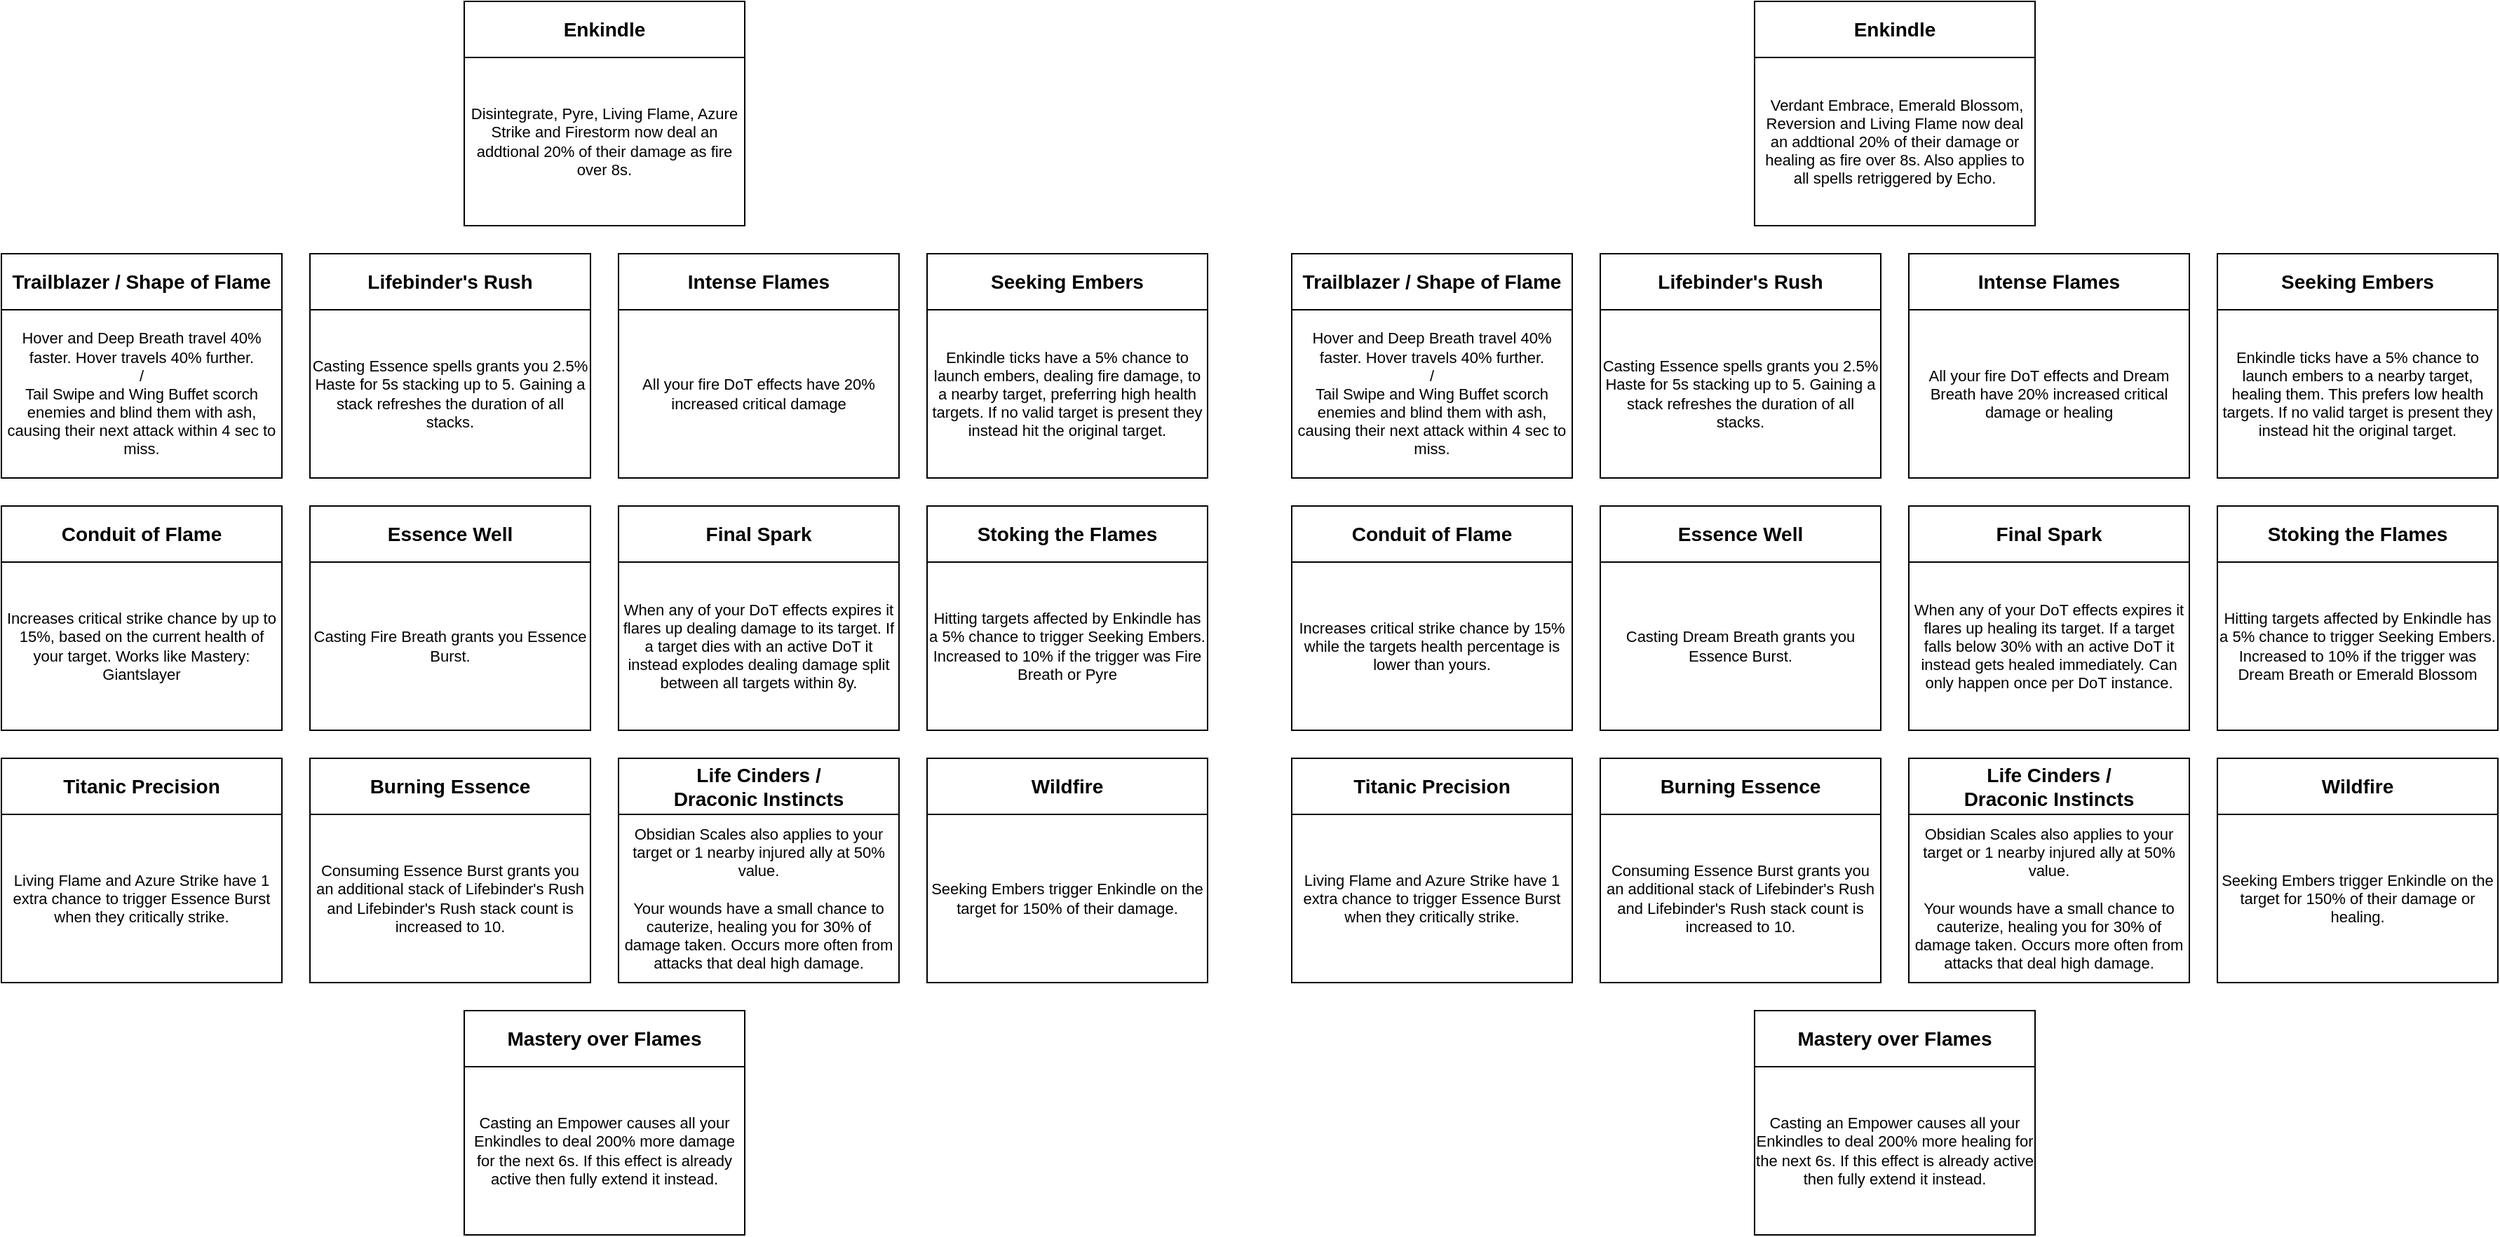
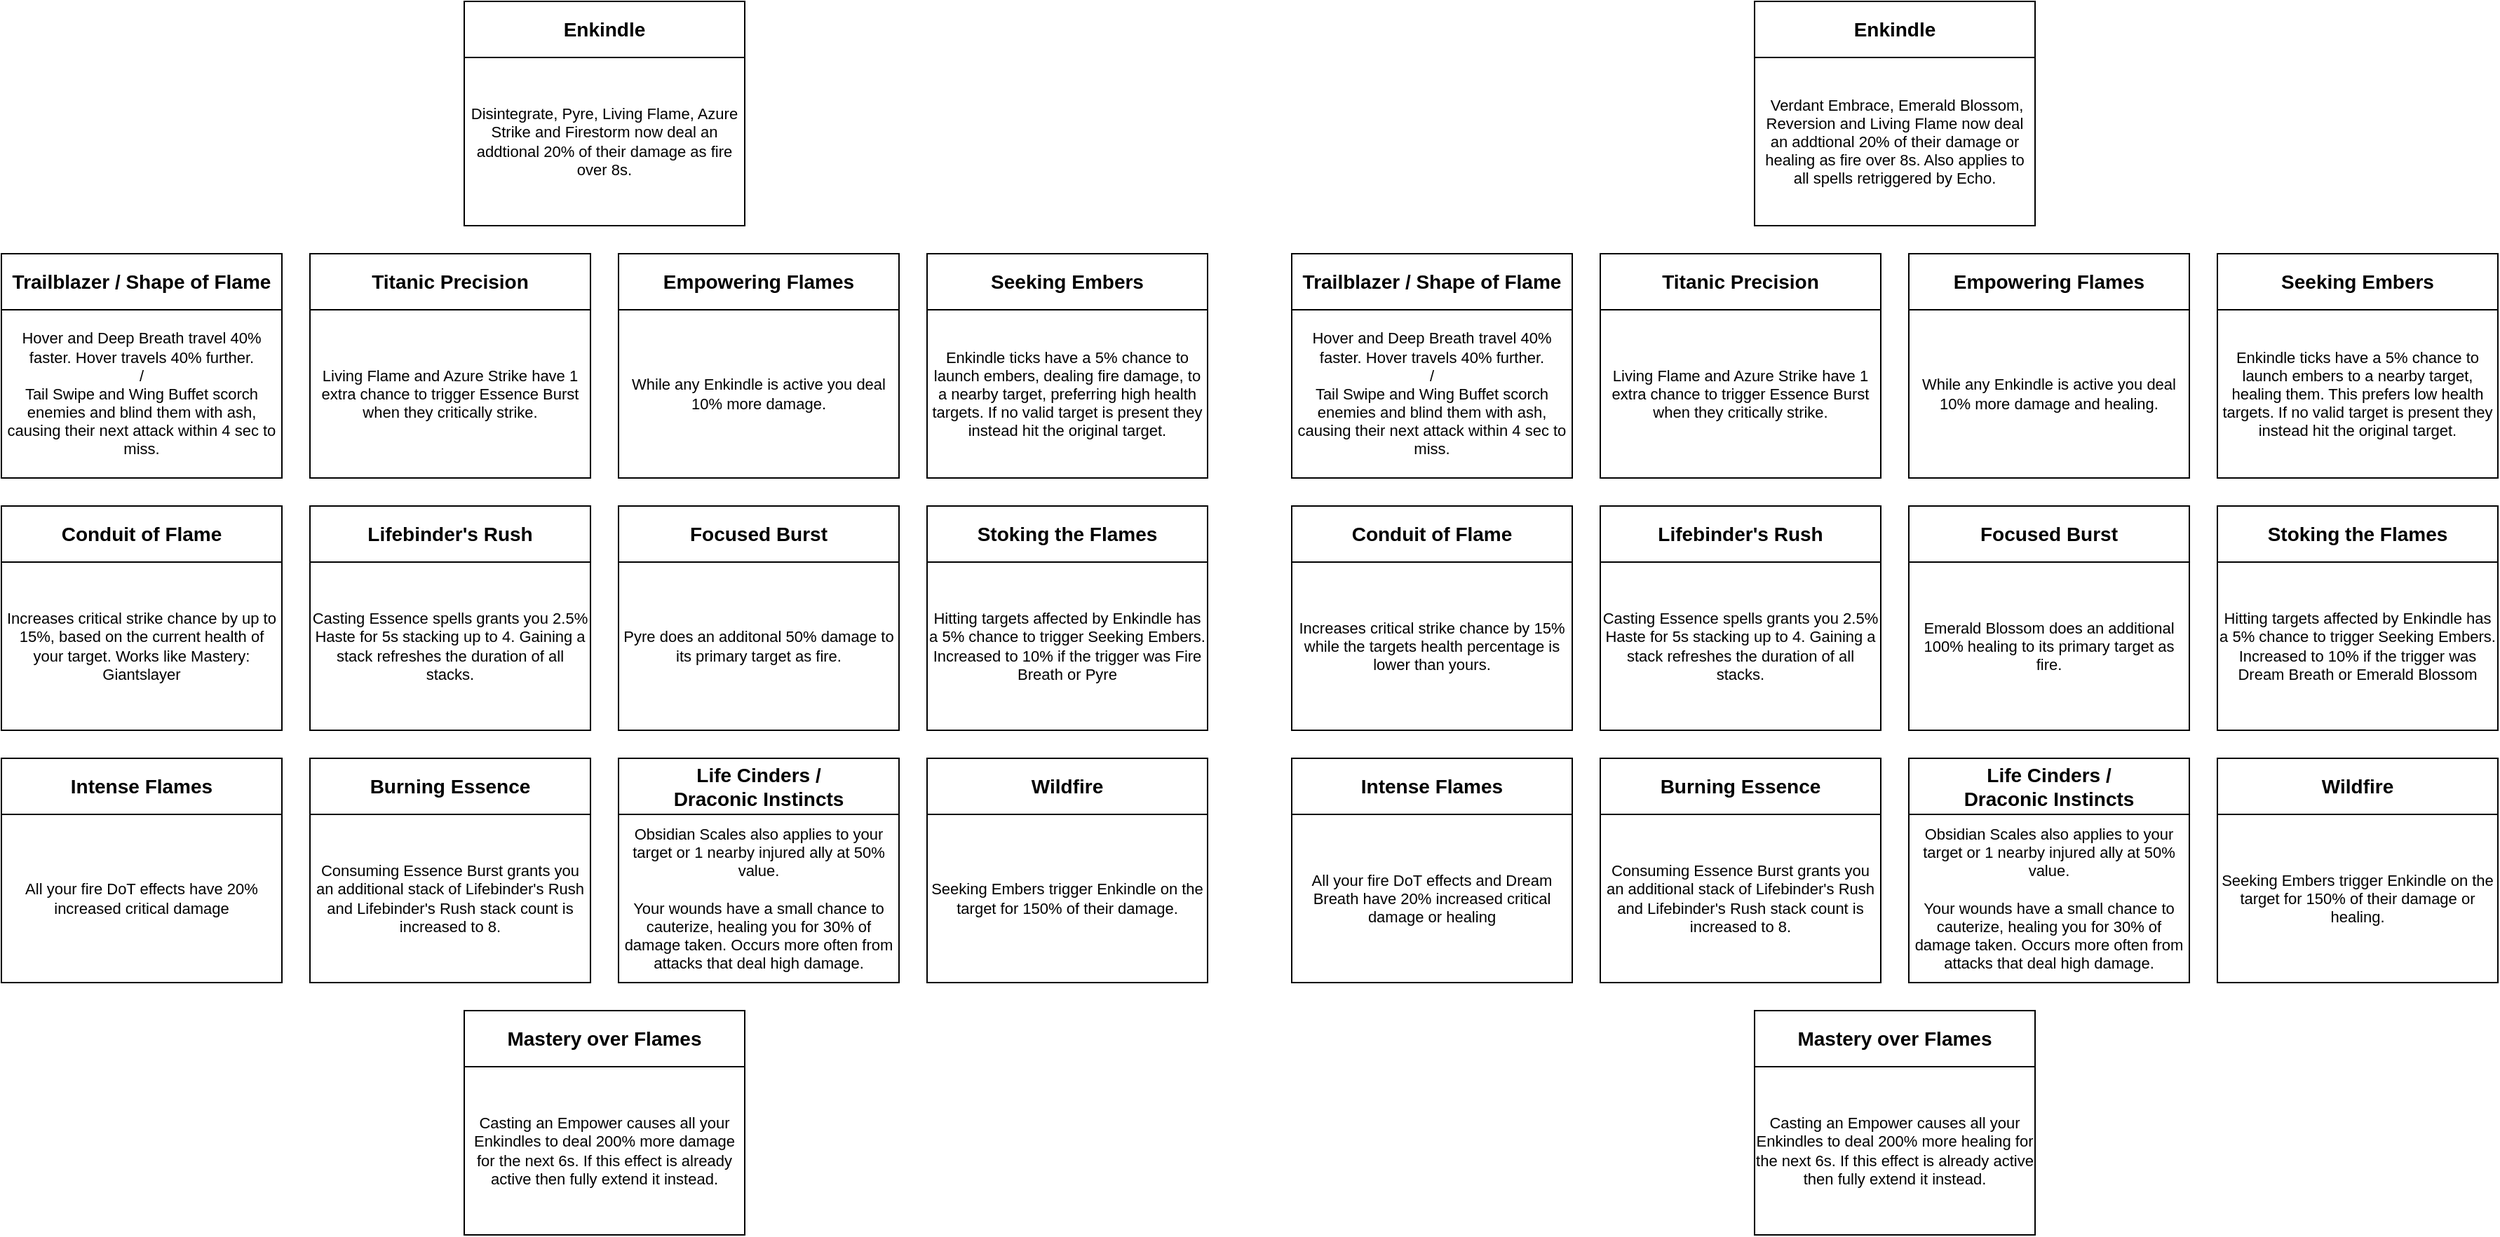
<mxfile host="app.diagrams.net" agent="Mozilla/5.0 (Windows NT 10.0; Win64; x64) AppleWebKit/537.36 (KHTML, like Gecko) Chrome/147.0.0.0 Safari/537.36 OPR/131.0.0.0" version="29.6.3">
  <diagram name="Page-1" id="7-C3C0MTsYJN3mklHAE3">
-     <mxGraphModel dx="1153" dy="636" grid="1" gridSize="10" guides="1" tooltips="1" connect="1" arrows="1" fold="1" page="1" pageScale="1" pageWidth="850" pageHeight="1100" math="0" shadow="0">
+     <mxGraphModel dx="1628" dy="898" grid="1" gridSize="10" guides="1" tooltips="1" connect="1" arrows="1" fold="1" page="1" pageScale="1" pageWidth="850" pageHeight="1100" math="0" shadow="0">
      <root>
        <mxCell id="0" />
        <mxCell id="1" parent="0" />
        <mxCell id="CbpXHZAzieputpjHQbmu-1" parent="1" style="rounded=0;whiteSpace=wrap;html=1;fontColor=default;fontStyle=1;fontSize=14;" value="&lt;span&gt;Enkindle&lt;/span&gt;" vertex="1">
          <mxGeometry height="40" width="200" x="330" y="80" as="geometry" />
        </mxCell>
        <mxCell id="CbpXHZAzieputpjHQbmu-6" parent="1" style="rounded=0;whiteSpace=wrap;html=1;verticalAlign=middle;fontSize=11;fontStyle=0" value="Disintegrate, Pyre, Living Flame, Azure Strike and Firestorm now deal an addtional 20% of their damage as fire over 8s." vertex="1">
          <mxGeometry height="120" width="200" x="330" y="120" as="geometry" />
        </mxCell>
-         <mxCell id="CbpXHZAzieputpjHQbmu-7" parent="1" style="rounded=0;whiteSpace=wrap;html=1;fontColor=default;fontStyle=1;fontSize=14;" value="Essence Well" vertex="1">
+         <mxCell id="CbpXHZAzieputpjHQbmu-7" parent="1" style="rounded=0;whiteSpace=wrap;html=1;fontColor=default;fontStyle=1;fontSize=14;" value="Lifebinder&#39;s Rush" vertex="1">
          <mxGeometry height="40" width="200" x="220" y="440" as="geometry" />
        </mxCell>
-         <mxCell id="CbpXHZAzieputpjHQbmu-8" parent="1" style="rounded=0;whiteSpace=wrap;html=1;fontSize=11;" value="Casting Fire Breath grants you Essence Burst." vertex="1">
+         <mxCell id="CbpXHZAzieputpjHQbmu-8" parent="1" style="rounded=0;whiteSpace=wrap;html=1;fontSize=11;" value="Casting Essence spells grants you 2.5% Haste for 5s stacking up to 4. Gaining a stack refreshes the duration of all stacks." vertex="1">
          <mxGeometry height="120" width="200" x="220" y="480" as="geometry" />
        </mxCell>
        <mxCell id="CbpXHZAzieputpjHQbmu-9" parent="1" style="rounded=0;whiteSpace=wrap;html=1;fontColor=default;fontStyle=1;fontSize=14;" value="&lt;span&gt;&lt;font&gt;Trailblazer / Shape of Flame&lt;/font&gt;&lt;/span&gt;" vertex="1">
          <mxGeometry height="40" width="200" y="260" as="geometry" />
        </mxCell>
        <mxCell id="CbpXHZAzieputpjHQbmu-10" parent="1" style="rounded=0;whiteSpace=wrap;html=1;fontSize=11;" value="Hover and Deep Breath travel 40% faster. Hover travels 40% further.&lt;div&gt;/&lt;/div&gt;&lt;div&gt;Tail Swipe and Wing Buffet scorch enemies and blind them with ash, causing their next attack within 4 sec to miss.&lt;/div&gt;" vertex="1">
          <mxGeometry height="120" width="200" y="300" as="geometry" />
        </mxCell>
        <mxCell id="CbpXHZAzieputpjHQbmu-11" parent="1" style="rounded=0;whiteSpace=wrap;html=1;fontColor=default;fontStyle=1;fontSize=14;" value="&lt;span&gt;&lt;span&gt;Conduit of Flame&lt;/span&gt;&lt;/span&gt;" vertex="1">
          <mxGeometry height="40" width="200" y="440" as="geometry" />
        </mxCell>
        <mxCell id="CbpXHZAzieputpjHQbmu-12" parent="1" style="rounded=0;whiteSpace=wrap;html=1;fontSize=11;" value="Increases critical strike chance by up to 15%, based on the current health of your target. Works like Mastery: Giantslayer" vertex="1">
          <mxGeometry height="120" width="200" y="480" as="geometry" />
        </mxCell>
-         <mxCell id="CbpXHZAzieputpjHQbmu-14" parent="1" style="rounded=0;whiteSpace=wrap;html=1;fontColor=default;fontStyle=1;fontSize=14;" value="&lt;span&gt;&lt;span&gt;Titanic Precision&lt;/span&gt;&lt;/span&gt;" vertex="1">
+         <mxCell id="CbpXHZAzieputpjHQbmu-14" parent="1" style="rounded=0;whiteSpace=wrap;html=1;fontColor=default;fontStyle=1;fontSize=14;" value="Intense Flames" vertex="1">
          <mxGeometry height="40" width="200" y="620" as="geometry" />
        </mxCell>
-         <mxCell id="CbpXHZAzieputpjHQbmu-15" parent="1" style="rounded=0;whiteSpace=wrap;html=1;fontSize=11;" value="&lt;div&gt;&lt;span style=&quot;background-color: transparent; color: light-dark(rgb(0, 0, 0), rgb(255, 255, 255));&quot;&gt;Living Flame and Azure Strike have 1 extra chance to trigger Essence Burst when they critically strike.&lt;/span&gt;&lt;/div&gt;" vertex="1">
+         <mxCell id="CbpXHZAzieputpjHQbmu-15" parent="1" style="rounded=0;whiteSpace=wrap;html=1;fontSize=11;" value="All your fire DoT effects have 20% increased critical damage" vertex="1">
          <mxGeometry height="120" width="200" y="660" as="geometry" />
        </mxCell>
-         <mxCell id="CbpXHZAzieputpjHQbmu-16" parent="1" style="rounded=0;whiteSpace=wrap;html=1;fontColor=default;fontStyle=1;fontSize=14;" value="Lifebinder&#39;s Rush" vertex="1">
+         <mxCell id="CbpXHZAzieputpjHQbmu-16" parent="1" style="rounded=0;whiteSpace=wrap;html=1;fontColor=default;fontStyle=1;fontSize=14;" value="Titanic Precision" vertex="1">
          <mxGeometry height="40" width="200" x="220" y="260" as="geometry" />
        </mxCell>
-         <mxCell id="CbpXHZAzieputpjHQbmu-17" parent="1" style="rounded=0;whiteSpace=wrap;html=1;fontSize=11;" value="Casting Essence spells grants you 2.5% Haste for 5s stacking up to 5. Gaining a stack refreshes the duration of all stacks." vertex="1">
+         <mxCell id="CbpXHZAzieputpjHQbmu-17" parent="1" style="rounded=0;whiteSpace=wrap;html=1;fontSize=11;" value="Living Flame and Azure Strike have 1 extra chance to trigger Essence Burst when they critically strike." vertex="1">
          <mxGeometry height="120" width="200" x="220" y="300" as="geometry" />
        </mxCell>
        <mxCell id="CbpXHZAzieputpjHQbmu-18" parent="1" style="rounded=0;whiteSpace=wrap;html=1;fontColor=default;fontStyle=1;fontSize=14;" value="Burning Essence" vertex="1">
          <mxGeometry height="40" width="200" x="220" y="620" as="geometry" />
        </mxCell>
-         <mxCell id="CbpXHZAzieputpjHQbmu-19" parent="1" style="rounded=0;whiteSpace=wrap;html=1;fontSize=11;" value="Consuming Essence Burst grants you an additional stack of Lifebinder&#39;s Rush and Lifebinder&#39;s Rush stack count is increased to 10." vertex="1">
+         <mxCell id="CbpXHZAzieputpjHQbmu-19" parent="1" style="rounded=0;whiteSpace=wrap;html=1;fontSize=11;" value="Consuming Essence Burst grants you an additional stack of Lifebinder&#39;s Rush and Lifebinder&#39;s Rush stack count is increased to 8." vertex="1">
          <mxGeometry height="120" width="200" x="220" y="660" as="geometry" />
        </mxCell>
-         <mxCell id="CbpXHZAzieputpjHQbmu-20" parent="1" style="rounded=0;whiteSpace=wrap;html=1;fontColor=default;fontStyle=1;fontSize=14;" value="Intense Flames" vertex="1">
+         <mxCell id="CbpXHZAzieputpjHQbmu-20" parent="1" style="rounded=0;whiteSpace=wrap;html=1;fontColor=default;fontStyle=1;fontSize=14;" value="Empowering Flames" vertex="1">
          <mxGeometry height="40" width="200" x="440" y="260" as="geometry" />
        </mxCell>
-         <mxCell id="CbpXHZAzieputpjHQbmu-21" parent="1" style="rounded=0;whiteSpace=wrap;html=1;fontSize=11;" value="All your fire DoT effects have 20% increased critical damage" vertex="1">
+         <mxCell id="CbpXHZAzieputpjHQbmu-21" parent="1" style="rounded=0;whiteSpace=wrap;html=1;fontSize=11;" value="While any Enkindle is active you deal 10% more damage." vertex="1">
          <mxGeometry height="120" width="200" x="440" y="300" as="geometry" />
        </mxCell>
-         <mxCell id="CbpXHZAzieputpjHQbmu-22" parent="1" style="rounded=0;whiteSpace=wrap;html=1;fontColor=default;fontStyle=1;fontSize=14;" value="Final Spark" vertex="1">
+         <mxCell id="CbpXHZAzieputpjHQbmu-22" parent="1" style="rounded=0;whiteSpace=wrap;html=1;fontColor=default;fontStyle=1;fontSize=14;" value="Focused Burst" vertex="1">
          <mxGeometry height="40" width="200" x="440" y="440" as="geometry" />
        </mxCell>
-         <mxCell id="CbpXHZAzieputpjHQbmu-23" parent="1" style="rounded=0;whiteSpace=wrap;html=1;fontSize=11;" value="When any of your DoT effects expires it flares up dealing damage to its target. If a target dies with an active DoT it instead explodes dealing damage split between all targets within 8y." vertex="1">
+         <mxCell id="CbpXHZAzieputpjHQbmu-23" parent="1" style="rounded=0;whiteSpace=wrap;html=1;fontSize=11;" value="Pyre does an additonal 50% damage to its primary target as fire." vertex="1">
          <mxGeometry height="120" width="200" x="440" y="480" as="geometry" />
        </mxCell>
        <mxCell id="CbpXHZAzieputpjHQbmu-24" parent="1" style="rounded=0;whiteSpace=wrap;html=1;fontColor=default;fontStyle=1;fontSize=14;" value="&lt;span&gt;Life Cinders / &lt;br&gt;Draconic Instincts&lt;/span&gt;" vertex="1">
          <mxGeometry height="40" width="200" x="440" y="620" as="geometry" />
        </mxCell>
        <mxCell id="CbpXHZAzieputpjHQbmu-25" parent="1" style="rounded=0;whiteSpace=wrap;html=1;fontSize=11;" value="Obsidian Scales also applies to your target or 1 nearby injured ally at 50% value.&lt;div&gt;&lt;br&gt;&lt;div&gt;Your wounds have a small chance to cauterize, healing you for 30% of damage taken. Occurs more often from attacks that deal high damage.&lt;/div&gt;&lt;/div&gt;" vertex="1">
          <mxGeometry height="120" width="200" x="440" y="660" as="geometry" />
        </mxCell>
        <mxCell id="CbpXHZAzieputpjHQbmu-26" parent="1" style="rounded=0;whiteSpace=wrap;html=1;fontColor=default;fontStyle=1;fontSize=14;" value="Seeking Embers" vertex="1">
          <mxGeometry height="40" width="200" x="660" y="260" as="geometry" />
        </mxCell>
        <mxCell id="CbpXHZAzieputpjHQbmu-27" parent="1" style="rounded=0;whiteSpace=wrap;html=1;fontSize=11;" value="Enkindle ticks have a 5% chance to launch embers, dealing fire damage, to a nearby target, preferring high health targets. If no valid target is present they instead hit the original target." vertex="1">
          <mxGeometry height="120" width="200" x="660" y="300" as="geometry" />
        </mxCell>
        <mxCell id="CbpXHZAzieputpjHQbmu-28" parent="1" style="rounded=0;whiteSpace=wrap;html=1;fontColor=default;fontSize=14;fontStyle=1" value="&lt;span&gt;Stoking the Flames&lt;/span&gt;" vertex="1">
          <mxGeometry height="40" width="200" x="660" y="440" as="geometry" />
        </mxCell>
        <mxCell id="CbpXHZAzieputpjHQbmu-29" parent="1" style="rounded=0;whiteSpace=wrap;html=1;fontSize=11;" value="Hitting targets affected by Enkindle has a 5% chance to trigger Seeking Embers. Increased to 10% if the trigger was Fire Breath or Pyre" vertex="1">
          <mxGeometry height="120" width="200" x="660" y="480" as="geometry" />
        </mxCell>
        <mxCell id="CbpXHZAzieputpjHQbmu-30" parent="1" style="rounded=0;whiteSpace=wrap;html=1;fontColor=default;fontStyle=1;fontSize=14;" value="&lt;span&gt;&lt;font&gt;Wildfire&lt;/font&gt;&lt;/span&gt;" vertex="1">
          <mxGeometry height="40" width="200" x="660" y="620" as="geometry" />
        </mxCell>
        <mxCell id="CbpXHZAzieputpjHQbmu-31" parent="1" style="rounded=0;whiteSpace=wrap;html=1;fontSize=11;" value="Seeking Embers trigger Enkindle on the target for 150% of their damage." vertex="1">
          <mxGeometry height="120" width="200" x="660" y="660" as="geometry" />
        </mxCell>
        <mxCell id="CbpXHZAzieputpjHQbmu-32" parent="1" style="rounded=0;whiteSpace=wrap;html=1;fontColor=default;fontStyle=1" value="&lt;span style=&quot;font-size: 14px;&quot;&gt;Mastery over Flames&lt;/span&gt;" vertex="1">
          <mxGeometry height="40" width="200" x="330" y="800" as="geometry" />
        </mxCell>
        <mxCell id="CbpXHZAzieputpjHQbmu-33" parent="1" style="rounded=0;whiteSpace=wrap;html=1;verticalAlign=middle;fontSize=11;" value="Casting an Empower causes all your Enkindles to deal 200% more damage for the next 6s. If this effect is already active then fully extend it instead." vertex="1">
          <mxGeometry height="120" width="200" x="330" y="840" as="geometry" />
        </mxCell>
        <mxCell id="ExkhEfNAmdtYAn1Fs_e5-1" parent="1" style="rounded=0;whiteSpace=wrap;html=1;fontColor=default;fontStyle=1;fontSize=14;" value="&lt;span&gt;Enkindle&lt;/span&gt;" vertex="1">
          <mxGeometry height="40" width="200" x="1250" y="80" as="geometry" />
        </mxCell>
        <mxCell id="ExkhEfNAmdtYAn1Fs_e5-2" parent="1" style="rounded=0;whiteSpace=wrap;html=1;verticalAlign=middle;fontSize=11;fontStyle=0" value="&amp;nbsp;Verdant Embrace, Emerald Blossom, Reversion and Living Flame now deal an addtional 20% of their damage or healing as fire over 8s. Also applies to all spells retriggered by Echo." vertex="1">
          <mxGeometry height="120" width="200" x="1250" y="120" as="geometry" />
        </mxCell>
-         <mxCell id="ExkhEfNAmdtYAn1Fs_e5-3" parent="1" style="rounded=0;whiteSpace=wrap;html=1;fontColor=default;fontStyle=1;fontSize=14;" value="Essence Well" vertex="1">
+         <mxCell id="ExkhEfNAmdtYAn1Fs_e5-3" parent="1" style="rounded=0;whiteSpace=wrap;html=1;fontColor=default;fontStyle=1;fontSize=14;" value="Lifebinder&#39;s Rush" vertex="1">
          <mxGeometry height="40" width="200" x="1140" y="440" as="geometry" />
        </mxCell>
-         <mxCell id="ExkhEfNAmdtYAn1Fs_e5-4" parent="1" style="rounded=0;whiteSpace=wrap;html=1;fontSize=11;" value="Casting Dream Breath grants you Essence Burst." vertex="1">
+         <mxCell id="ExkhEfNAmdtYAn1Fs_e5-4" parent="1" style="rounded=0;whiteSpace=wrap;html=1;fontSize=11;" value="Casting Essence spells grants you 2.5% Haste for 5s stacking up to 4. Gaining a stack refreshes the duration of all stacks." vertex="1">
          <mxGeometry height="120" width="200" x="1140" y="480" as="geometry" />
        </mxCell>
        <mxCell id="ExkhEfNAmdtYAn1Fs_e5-5" parent="1" style="rounded=0;whiteSpace=wrap;html=1;fontColor=default;fontStyle=1;fontSize=14;" value="&lt;span&gt;&lt;font&gt;Trailblazer / Shape of Flame&lt;/font&gt;&lt;/span&gt;" vertex="1">
          <mxGeometry height="40" width="200" x="920" y="260" as="geometry" />
        </mxCell>
        <mxCell id="ExkhEfNAmdtYAn1Fs_e5-6" parent="1" style="rounded=0;whiteSpace=wrap;html=1;fontSize=11;" value="Hover and Deep Breath travel 40% faster. Hover travels 40% further.&lt;div&gt;/&lt;/div&gt;&lt;div&gt;Tail Swipe and Wing Buffet scorch enemies and blind them with ash, causing their next attack within 4 sec to miss.&lt;/div&gt;" vertex="1">
          <mxGeometry height="120" width="200" x="920" y="300" as="geometry" />
        </mxCell>
        <mxCell id="ExkhEfNAmdtYAn1Fs_e5-7" parent="1" style="rounded=0;whiteSpace=wrap;html=1;fontColor=default;fontStyle=1;fontSize=14;" value="&lt;span&gt;&lt;span&gt;Conduit of Flame&lt;/span&gt;&lt;/span&gt;" vertex="1">
          <mxGeometry height="40" width="200" x="920" y="440" as="geometry" />
        </mxCell>
        <mxCell id="ExkhEfNAmdtYAn1Fs_e5-8" parent="1" style="rounded=0;whiteSpace=wrap;html=1;fontSize=11;" value="Increases critical strike chance by 15% while the targets health percentage is lower than yours." vertex="1">
          <mxGeometry height="120" width="200" x="920" y="480" as="geometry" />
        </mxCell>
-         <mxCell id="ExkhEfNAmdtYAn1Fs_e5-9" parent="1" style="rounded=0;whiteSpace=wrap;html=1;fontColor=default;fontStyle=1;fontSize=14;" value="&lt;span&gt;&lt;span&gt;Titanic Precision&lt;/span&gt;&lt;/span&gt;" vertex="1">
+         <mxCell id="ExkhEfNAmdtYAn1Fs_e5-9" parent="1" style="rounded=0;whiteSpace=wrap;html=1;fontColor=default;fontStyle=1;fontSize=14;" value="Intense Flames" vertex="1">
          <mxGeometry height="40" width="200" x="920" y="620" as="geometry" />
        </mxCell>
-         <mxCell id="ExkhEfNAmdtYAn1Fs_e5-10" parent="1" style="rounded=0;whiteSpace=wrap;html=1;fontSize=11;" value="&lt;div&gt;&lt;span style=&quot;background-color: transparent; color: light-dark(rgb(0, 0, 0), rgb(255, 255, 255));&quot;&gt;Living Flame and Azure Strike have 1 extra chance to trigger Essence Burst when they critically strike.&lt;/span&gt;&lt;/div&gt;" vertex="1">
+         <mxCell id="ExkhEfNAmdtYAn1Fs_e5-10" parent="1" style="rounded=0;whiteSpace=wrap;html=1;fontSize=11;" value="All your fire DoT effects and Dream Breath have 20% increased critical damage or healing" vertex="1">
          <mxGeometry height="120" width="200" x="920" y="660" as="geometry" />
        </mxCell>
-         <mxCell id="ExkhEfNAmdtYAn1Fs_e5-11" parent="1" style="rounded=0;whiteSpace=wrap;html=1;fontColor=default;fontStyle=1;fontSize=14;" value="Lifebinder&#39;s Rush" vertex="1">
+         <mxCell id="ExkhEfNAmdtYAn1Fs_e5-11" parent="1" style="rounded=0;whiteSpace=wrap;html=1;fontColor=default;fontStyle=1;fontSize=14;" value="Titanic Precision" vertex="1">
          <mxGeometry height="40" width="200" x="1140" y="260" as="geometry" />
        </mxCell>
-         <mxCell id="ExkhEfNAmdtYAn1Fs_e5-12" parent="1" style="rounded=0;whiteSpace=wrap;html=1;fontSize=11;" value="Casting Essence spells grants you 2.5% Haste for 5s stacking up to 5. Gaining a stack refreshes the duration of all stacks." vertex="1">
+         <mxCell id="ExkhEfNAmdtYAn1Fs_e5-12" parent="1" style="rounded=0;whiteSpace=wrap;html=1;fontSize=11;" value="Living Flame and Azure Strike have 1 extra chance to trigger Essence Burst when they critically strike." vertex="1">
          <mxGeometry height="120" width="200" x="1140" y="300" as="geometry" />
        </mxCell>
        <mxCell id="ExkhEfNAmdtYAn1Fs_e5-13" parent="1" style="rounded=0;whiteSpace=wrap;html=1;fontColor=default;fontStyle=1;fontSize=14;" value="Burning Essence" vertex="1">
          <mxGeometry height="40" width="200" x="1140" y="620" as="geometry" />
        </mxCell>
-         <mxCell id="ExkhEfNAmdtYAn1Fs_e5-14" parent="1" style="rounded=0;whiteSpace=wrap;html=1;fontSize=11;" value="Consuming Essence Burst grants you an additional stack of Lifebinder&#39;s Rush and Lifebinder&#39;s Rush stack count is increased to 10." vertex="1">
+         <mxCell id="ExkhEfNAmdtYAn1Fs_e5-14" parent="1" style="rounded=0;whiteSpace=wrap;html=1;fontSize=11;" value="Consuming Essence Burst grants you an additional stack of Lifebinder&#39;s Rush and Lifebinder&#39;s Rush stack count is increased to 8." vertex="1">
          <mxGeometry height="120" width="200" x="1140" y="660" as="geometry" />
        </mxCell>
-         <mxCell id="ExkhEfNAmdtYAn1Fs_e5-15" parent="1" style="rounded=0;whiteSpace=wrap;html=1;fontColor=default;fontStyle=1;fontSize=14;" value="Intense Flames" vertex="1">
+         <mxCell id="ExkhEfNAmdtYAn1Fs_e5-15" parent="1" style="rounded=0;whiteSpace=wrap;html=1;fontColor=default;fontStyle=1;fontSize=14;" value="Empowering Flames" vertex="1">
          <mxGeometry height="40" width="200" x="1360" y="260" as="geometry" />
        </mxCell>
-         <mxCell id="ExkhEfNAmdtYAn1Fs_e5-16" parent="1" style="rounded=0;whiteSpace=wrap;html=1;fontSize=11;" value="All your fire DoT effects and Dream Breath have 20% increased critical damage or healing" vertex="1">
+         <mxCell id="ExkhEfNAmdtYAn1Fs_e5-16" parent="1" style="rounded=0;whiteSpace=wrap;html=1;fontSize=11;" value="While any Enkindle is active you deal 10% more damage and healing." vertex="1">
          <mxGeometry height="120" width="200" x="1360" y="300" as="geometry" />
        </mxCell>
-         <mxCell id="ExkhEfNAmdtYAn1Fs_e5-17" parent="1" style="rounded=0;whiteSpace=wrap;html=1;fontColor=default;fontStyle=1;fontSize=14;" value="Final Spark" vertex="1">
+         <mxCell id="ExkhEfNAmdtYAn1Fs_e5-17" parent="1" style="rounded=0;whiteSpace=wrap;html=1;fontColor=default;fontStyle=1;fontSize=14;" value="Focused Burst" vertex="1">
          <mxGeometry height="40" width="200" x="1360" y="440" as="geometry" />
        </mxCell>
-         <mxCell id="ExkhEfNAmdtYAn1Fs_e5-18" parent="1" style="rounded=0;whiteSpace=wrap;html=1;fontSize=11;" value="When any of your DoT effects expires it flares up healing its target. If a target falls below 30% with an active DoT it instead gets healed immediately. Can only happen once per DoT instance." vertex="1">
+         <mxCell id="ExkhEfNAmdtYAn1Fs_e5-18" parent="1" style="rounded=0;whiteSpace=wrap;html=1;fontSize=11;" value="Emerald Blossom does an additional 100% healing to its primary target as fire." vertex="1">
          <mxGeometry height="120" width="200" x="1360" y="480" as="geometry" />
        </mxCell>
        <mxCell id="ExkhEfNAmdtYAn1Fs_e5-19" parent="1" style="rounded=0;whiteSpace=wrap;html=1;fontColor=default;fontStyle=1;fontSize=14;" value="&lt;span&gt;Life Cinders / &lt;br&gt;Draconic Instincts&lt;/span&gt;" vertex="1">
          <mxGeometry height="40" width="200" x="1360" y="620" as="geometry" />
        </mxCell>
        <mxCell id="ExkhEfNAmdtYAn1Fs_e5-20" parent="1" style="rounded=0;whiteSpace=wrap;html=1;fontSize=11;" value="Obsidian Scales also applies to your target or 1 nearby injured ally at 50% value.&lt;div&gt;&lt;br&gt;&lt;div&gt;Your wounds have a small chance to cauterize, healing you for 30% of damage taken. Occurs more often from attacks that deal high damage.&lt;/div&gt;&lt;/div&gt;" vertex="1">
          <mxGeometry height="120" width="200" x="1360" y="660" as="geometry" />
        </mxCell>
        <mxCell id="ExkhEfNAmdtYAn1Fs_e5-21" parent="1" style="rounded=0;whiteSpace=wrap;html=1;fontColor=default;fontStyle=1;fontSize=14;" value="Seeking Embers" vertex="1">
          <mxGeometry height="40" width="200" x="1580" y="260" as="geometry" />
        </mxCell>
        <mxCell id="ExkhEfNAmdtYAn1Fs_e5-22" parent="1" style="rounded=0;whiteSpace=wrap;html=1;fontSize=11;" value="Enkindle ticks have a 5% chance to launch embers to a nearby target, healing them. This prefers low health targets. If no valid target is present they instead hit the original target." vertex="1">
          <mxGeometry height="120" width="200" x="1580" y="300" as="geometry" />
        </mxCell>
        <mxCell id="ExkhEfNAmdtYAn1Fs_e5-23" parent="1" style="rounded=0;whiteSpace=wrap;html=1;fontColor=default;fontSize=14;fontStyle=1" value="&lt;span&gt;Stoking the Flames&lt;/span&gt;" vertex="1">
          <mxGeometry height="40" width="200" x="1580" y="440" as="geometry" />
        </mxCell>
        <mxCell id="ExkhEfNAmdtYAn1Fs_e5-24" parent="1" style="rounded=0;whiteSpace=wrap;html=1;fontSize=11;" value="Hitting targets affected by Enkindle has a 5% chance to trigger Seeking Embers. Increased to 10% if the trigger was Dream Breath or Emerald Blossom" vertex="1">
          <mxGeometry height="120" width="200" x="1580" y="480" as="geometry" />
        </mxCell>
        <mxCell id="ExkhEfNAmdtYAn1Fs_e5-25" parent="1" style="rounded=0;whiteSpace=wrap;html=1;fontColor=default;fontStyle=1;fontSize=14;" value="Wildfire" vertex="1">
          <mxGeometry height="40" width="200" x="1580" y="620" as="geometry" />
        </mxCell>
        <mxCell id="ExkhEfNAmdtYAn1Fs_e5-26" parent="1" style="rounded=0;whiteSpace=wrap;html=1;fontSize=11;" value="Seeking Embers trigger Enkindle on the target for 150% of their damage or healing." vertex="1">
          <mxGeometry height="120" width="200" x="1580" y="660" as="geometry" />
        </mxCell>
        <mxCell id="ExkhEfNAmdtYAn1Fs_e5-27" parent="1" style="rounded=0;whiteSpace=wrap;html=1;fontColor=default;fontStyle=1" value="&lt;span style=&quot;font-size: 14px;&quot;&gt;Mastery over Flames&lt;/span&gt;" vertex="1">
          <mxGeometry height="40" width="200" x="1250" y="800" as="geometry" />
        </mxCell>
        <mxCell id="ExkhEfNAmdtYAn1Fs_e5-28" parent="1" style="rounded=0;whiteSpace=wrap;html=1;verticalAlign=middle;fontSize=11;" value="Casting an Empower causes all your Enkindles to deal 200% more healing for the next 6s. If this effect is already active then fully extend it instead." vertex="1">
          <mxGeometry height="120" width="200" x="1250" y="840" as="geometry" />
        </mxCell>
      </root>
    </mxGraphModel>
  </diagram>
</mxfile>
